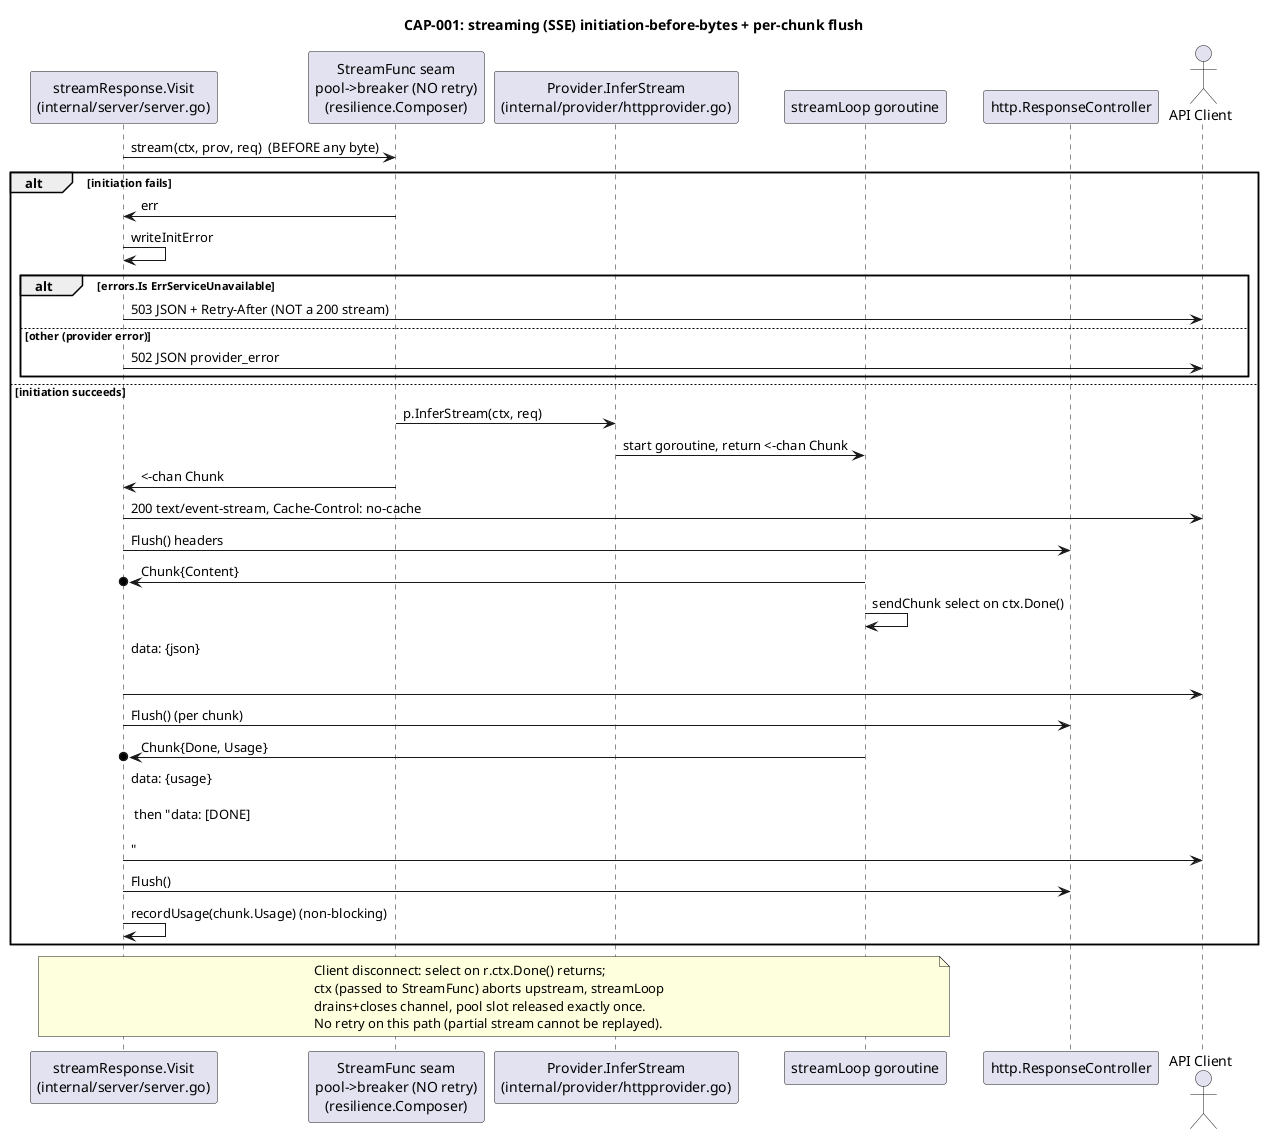
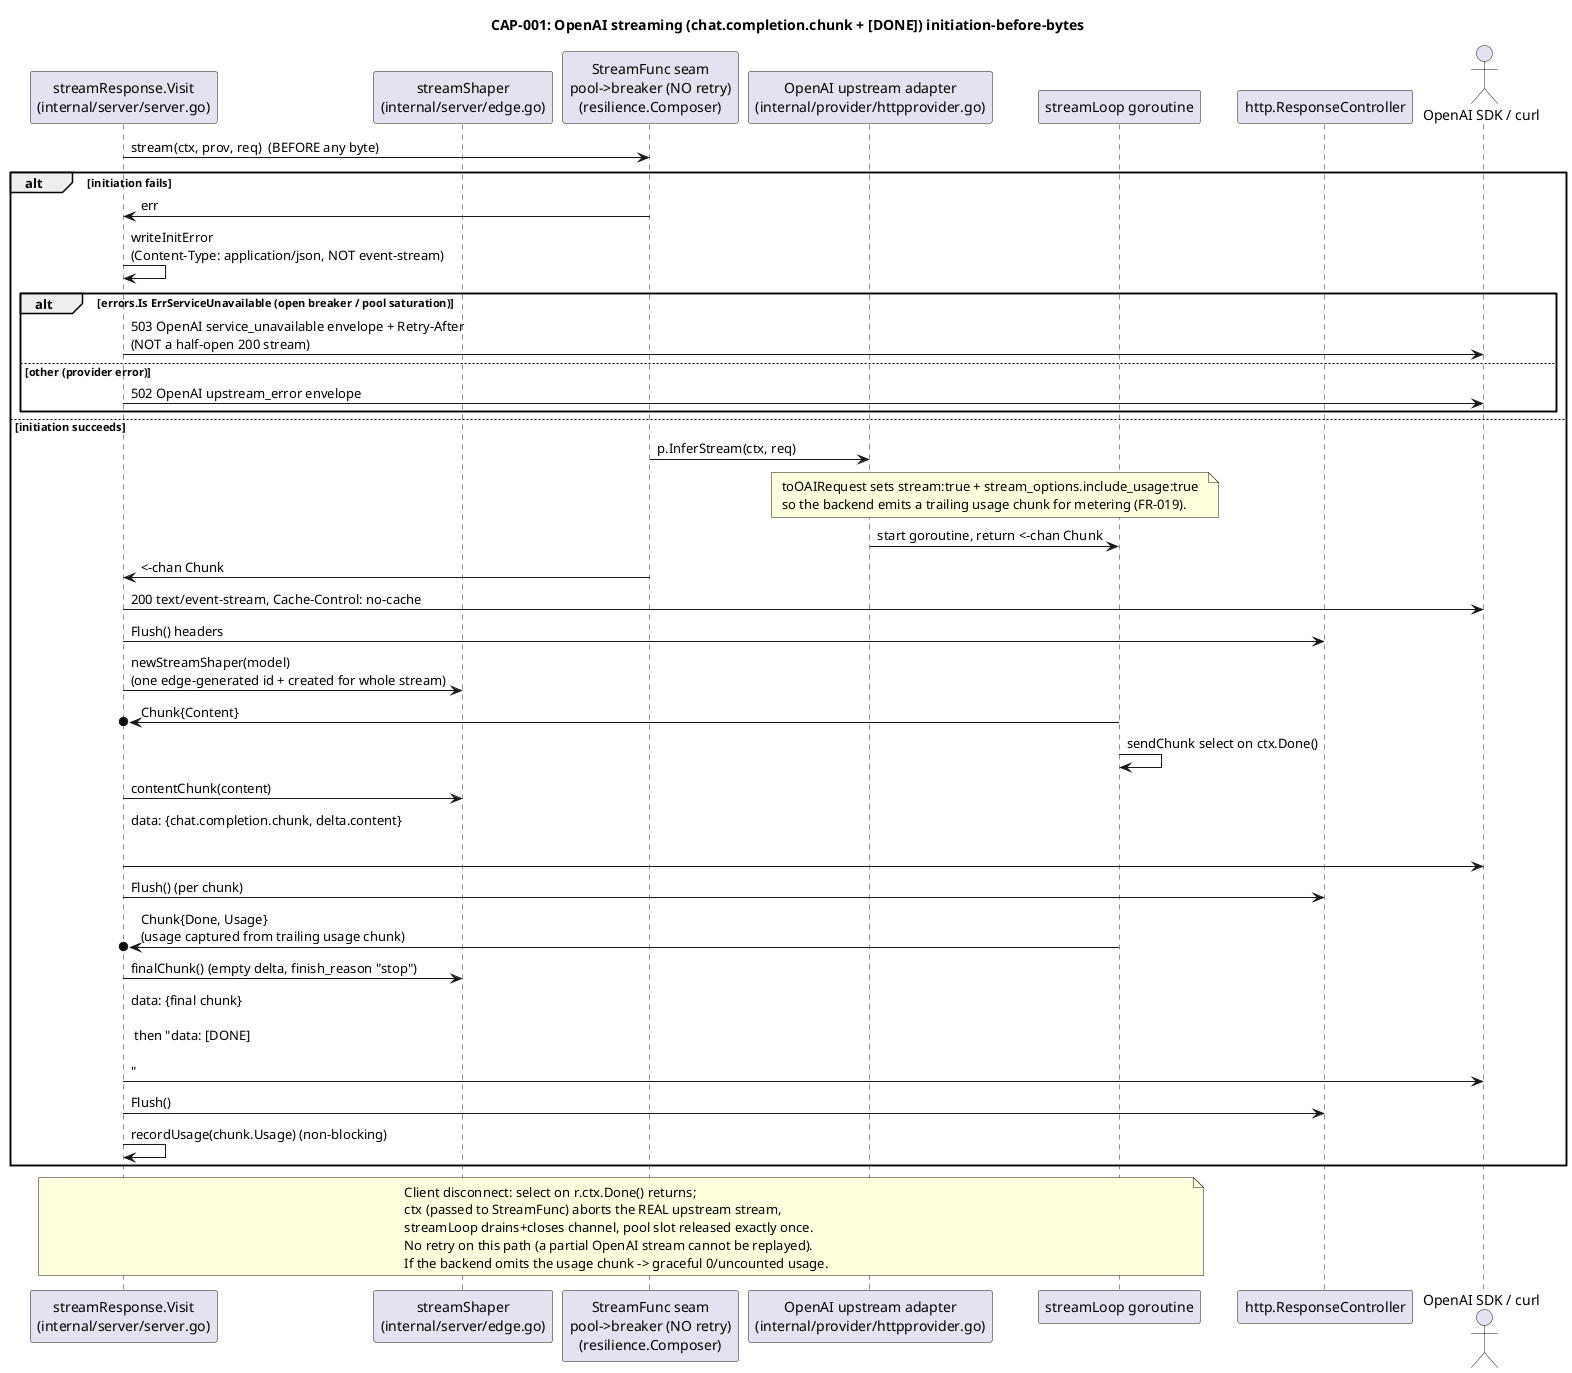
@startuml
' ============================================================================
' sluice - Proxy (CTX-001) / CAP-001 Inference proxying
- ' The SSE streaming sub-path of CreateChatCompletion.
+ ' The OpenAI SSE streaming sub-path of CreateChatCompletion.
' Derived from real code:
'   internal/server/server.go         (streamResponse.VisitCreateChatCompletionResponse,
'                                       writeInitError, sseDone)
+ '   internal/server/edge.go           (streamShaper: chat.completion.chunk shaping)
'   internal/proxy/resilience/*        (StreamFunc seam: pool -> breaker, NO retry)
- '   internal/provider/httpprovider.go  (InferStream, streamLoop, sendChunk)
+ '   internal/provider/httpprovider.go  (InferStream, streamLoop, include_usage)
' ============================================================================
- title "CAP-001: streaming (SSE) initiation-before-bytes + per-chunk flush"
+ title "CAP-001: OpenAI streaming (chat.completion.chunk + [DONE]) initiation-before-bytes"

participant "streamResponse.Visit\n(internal/server/server.go)" as visit
+ participant "streamShaper\n(internal/server/edge.go)" as shaper
participant "StreamFunc seam\npool->breaker (NO retry)\n(resilience.Composer)" as seam
- participant "Provider.InferStream\n(internal/provider/httpprovider.go)" as provider
+ participant "OpenAI upstream adapter\n(internal/provider/httpprovider.go)" as provider
participant "streamLoop goroutine" as loop
participant "http.ResponseController" as rc
- actor "API Client" as client
+ actor "OpenAI SDK / curl" as client

visit -> seam : stream(ctx, prov, req)  (BEFORE any byte)
alt initiation fails
  seam -> visit : err
-   visit -> visit : writeInitError
-   alt errors.Is ErrServiceUnavailable
-     visit -> client : 503 JSON + Retry-After (NOT a 200 stream)
+   visit -> visit : writeInitError\n(Content-Type: application/json, NOT event-stream)
+   alt errors.Is ErrServiceUnavailable (open breaker / pool saturation)
+     visit -> client : 503 OpenAI service_unavailable envelope + Retry-After\n(NOT a half-open 200 stream)
  else other (provider error)
-     visit -> client : 502 JSON provider_error
+     visit -> client : 502 OpenAI upstream_error envelope
  end
else initiation succeeds
  seam -> provider : p.InferStream(ctx, req)
+   note over provider, loop
+   toOAIRequest sets stream:true + stream_options.include_usage:true
+   so the backend emits a trailing usage chunk for metering (FR-019).
+   end note
  provider -> loop : start goroutine, return <-chan Chunk
  seam -> visit : <-chan Chunk
  visit -> client : 200 text/event-stream, Cache-Control: no-cache
  visit -> rc : Flush() headers
+   visit -> shaper : newStreamShaper(model)\n(one edge-generated id + created for whole stream)
  loop ->o visit : Chunk{Content}
  loop -> loop : sendChunk select on ctx.Done()
-   visit -> client : data: {json}\n\n
+   visit -> shaper : contentChunk(content)
+   visit -> client : data: {chat.completion.chunk, delta.content}\n\n
  visit -> rc : Flush() (per chunk)
-   loop ->o visit : Chunk{Done, Usage}
-   visit -> client : data: {usage}\n\n then "data: [DONE]\n\n"
+   loop ->o visit : Chunk{Done, Usage}\n(usage captured from trailing usage chunk)
+   visit -> shaper : finalChunk() (empty delta, finish_reason "stop")
+   visit -> client : data: {final chunk}\n\n then "data: [DONE]\n\n"
  visit -> rc : Flush()
  visit -> visit : recordUsage(chunk.Usage) (non-blocking)
end

note over visit, loop
Client disconnect: select on r.ctx.Done() returns;
- ctx (passed to StreamFunc) aborts upstream, streamLoop
- drains+closes channel, pool slot released exactly once.
- No retry on this path (partial stream cannot be replayed).
+ ctx (passed to StreamFunc) aborts the REAL upstream stream,
+ streamLoop drains+closes channel, pool slot released exactly once.
+ No retry on this path (a partial OpenAI stream cannot be replayed).
+ If the backend omits the usage chunk -> graceful 0/uncounted usage.
end note
@enduml
